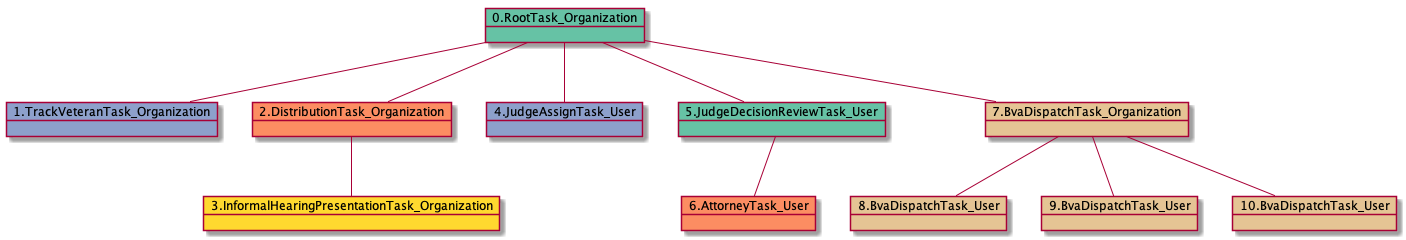
Above: docs-DR/uml/RTO.TVTO.DTO.IHPTO.JATU.JDRTU.ATU.BDTO.BDTU-34538.png in yoomlam/graphing (PlantUML), before the change. The source it was exported from:
```plantuml
@startuml
object 0.RootTask_Organization #66c2a5
object 1.TrackVeteranTask_Organization #8da0cb
object 2.DistributionTask_Organization #fc8d62
object 3.InformalHearingPresentationTask_Organization #ffd92f
object 4.JudgeAssignTask_User #8da0cb
object 5.JudgeDecisionReviewTask_User #66c2a5
object 6.AttorneyTask_User #fc8d62
object 7.BvaDispatchTask_Organization #e5c494
object 8.BvaDispatchTask_User #e5c494
object 9.BvaDispatchTask_User #e5c494
object 10.BvaDispatchTask_User #e5c494
0.RootTask_Organization -- 1.TrackVeteranTask_Organization
0.RootTask_Organization -- 2.DistributionTask_Organization
2.DistributionTask_Organization -- 3.InformalHearingPresentationTask_Organization
0.RootTask_Organization -- 4.JudgeAssignTask_User
0.RootTask_Organization -- 5.JudgeDecisionReviewTask_User
5.JudgeDecisionReviewTask_User -- 6.AttorneyTask_User
0.RootTask_Organization -- 7.BvaDispatchTask_Organization
7.BvaDispatchTask_Organization -- 8.BvaDispatchTask_User
7.BvaDispatchTask_Organization -- 9.BvaDispatchTask_User
7.BvaDispatchTask_Organization -- 10.BvaDispatchTask_User
@enduml
```
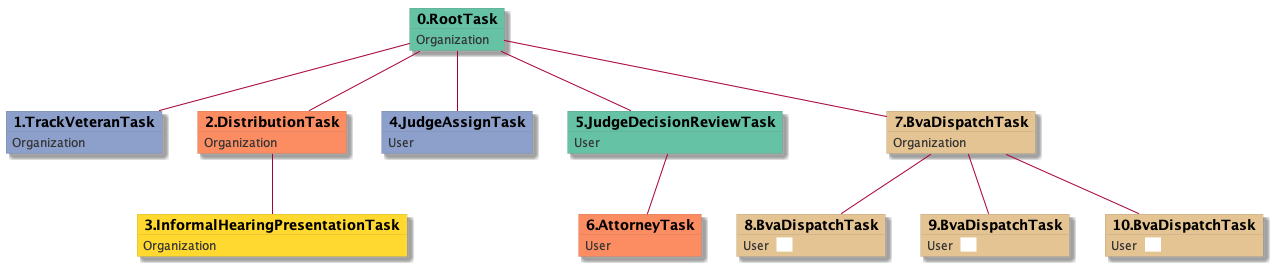
The same file after the commit.

Diff of the diagram source:
```diff
@@ -1,23 +1,53 @@
 @startuml
-object 0.RootTask_Organization #66c2a5
-object 1.TrackVeteranTask_Organization #8da0cb
-object 2.DistributionTask_Organization #fc8d62
-object 3.InformalHearingPresentationTask_Organization #ffd92f
-object 4.JudgeAssignTask_User #8da0cb
-object 5.JudgeDecisionReviewTask_User #66c2a5
-object 6.AttorneyTask_User #fc8d62
-object 7.BvaDispatchTask_Organization #e5c494
-object 8.BvaDispatchTask_User #e5c494
-object 9.BvaDispatchTask_User #e5c494
-object 10.BvaDispatchTask_User #e5c494
-0.RootTask_Organization -- 1.TrackVeteranTask_Organization
-0.RootTask_Organization -- 2.DistributionTask_Organization
-2.DistributionTask_Organization -- 3.InformalHearingPresentationTask_Organization
-0.RootTask_Organization -- 4.JudgeAssignTask_User
-0.RootTask_Organization -- 5.JudgeDecisionReviewTask_User
-5.JudgeDecisionReviewTask_User -- 6.AttorneyTask_User
-0.RootTask_Organization -- 7.BvaDispatchTask_Organization
-7.BvaDispatchTask_Organization -- 8.BvaDispatchTask_User
-7.BvaDispatchTask_Organization -- 9.BvaDispatchTask_User
-7.BvaDispatchTask_Organization -- 10.BvaDispatchTask_User
+skinparam {
+  ObjectBorderColor #555
+  ObjectBorderThickness 0
+  ObjectFontStyle bold
+  ObjectFontSize 14
+  ObjectAttributeFontColor #333
+  ObjectAttributeFontSize 12
+}
+  object 0.RootTask #66c2a5 {
+Organization
+}
+  object 1.TrackVeteranTask #8da0cb {
+Organization
+}
+  object 2.DistributionTask #fc8d62 {
+Organization
+}
+  object 3.InformalHearingPresentationTask #ffd92f {
+Organization
+}
+  object 4.JudgeAssignTask #8da0cb {
+User
+}
+  object 5.JudgeDecisionReviewTask #66c2a5 {
+User
+}
+  object 6.AttorneyTask #fc8d62 {
+User
+}
+  object 7.BvaDispatchTask #e5c494 {
+Organization
+}
+  object 8.BvaDispatchTask #e5c494 {
+User  <back:white>    </back>
+}
+  object 9.BvaDispatchTask #e5c494 {
+User  <back:white>    </back>
+}
+  object 10.BvaDispatchTask #e5c494 {
+User  <back:white>    </back>
+}
+0.RootTask -- 1.TrackVeteranTask
+0.RootTask -- 2.DistributionTask
+2.DistributionTask -- 3.InformalHearingPresentationTask
+0.RootTask -- 4.JudgeAssignTask
+0.RootTask -- 5.JudgeDecisionReviewTask
+5.JudgeDecisionReviewTask -- 6.AttorneyTask
+0.RootTask -- 7.BvaDispatchTask
+7.BvaDispatchTask -- 8.BvaDispatchTask
+7.BvaDispatchTask -- 9.BvaDispatchTask
+7.BvaDispatchTask -- 10.BvaDispatchTask
 @enduml
```
